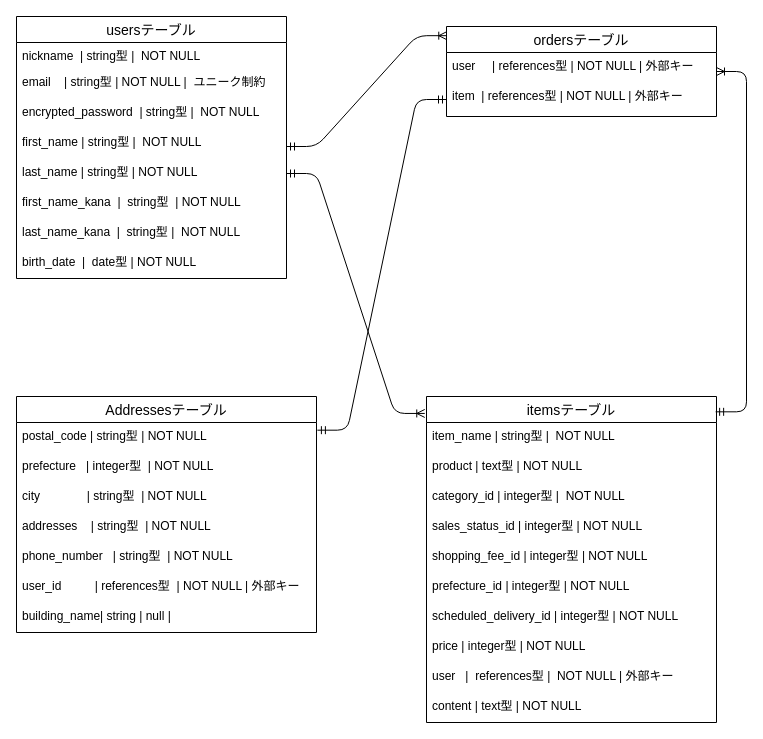
Earlier version of the draw.io diagram test.dio (Ayakacoco/furima-39573). Source tidied: cells renumbered, new cells numbered last; positions are measured from the earlier drawing's top-left corner, leaving out a move shared by most shapes. Both pictures are drawn from the tidied source at 100%, with x=0, y=0 at pixel (16, 16).
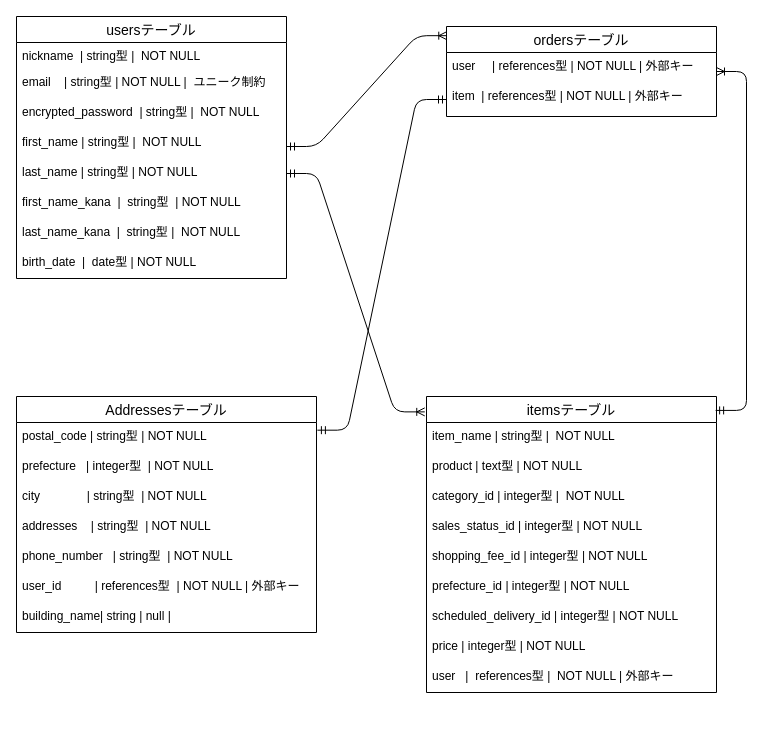
The same diagram, later.

Commit message (it also covers changes not shown here):
データベース設計修正３

Diff of the diagram source:
```diff
@@
     <mxCell id="14" value="itemsテーブル" style="swimlane;fontStyle=0;horizontal=1;startSize=26;align=center;fontSize=14;" parent="1" vertex="1">
-      <mxGeometry x="410" y="380" width="290" height="326" as="geometry" />
+      <mxGeometry x="410" y="380" width="290" height="296" as="geometry" />
     </mxCell>
@@
-    <mxCell id="24" value="content | text型 | NOT NULL" style="text;strokeColor=none;fillColor=none;spacingLeft=4;spacingRight=4;overflow=hidden;fontSize=12;" parent="14" vertex="1">
-      <mxGeometry y="296" width="290" height="30" as="geometry" />
-    </mxCell>
```
